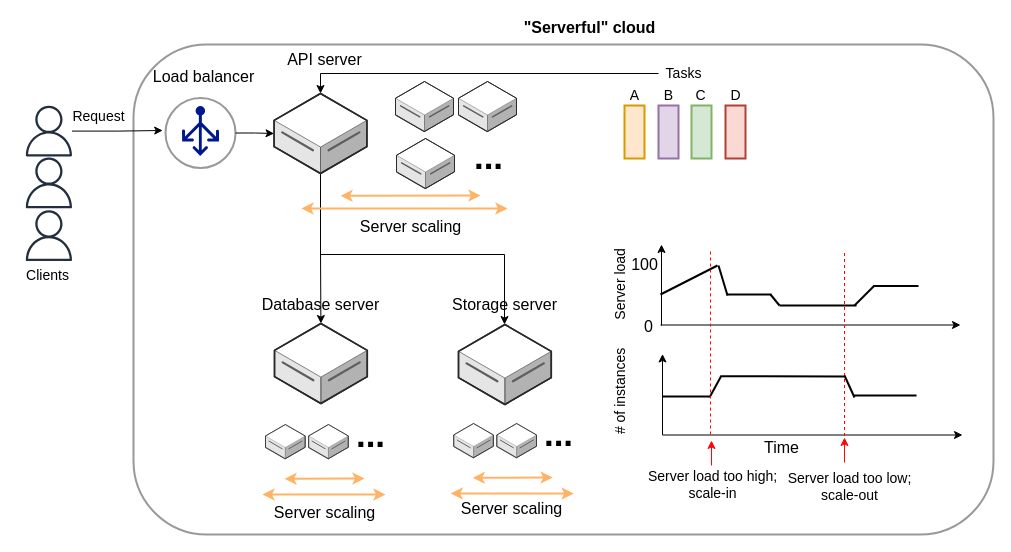
The draw.io diagram book/imgs/serverful.drawio in tomomano/learn-aws-by-coding, before the edit. Source tidied: cells renumbered, new cells numbered last; positions are measured from the earlier drawing's top-left corner, leaving out a move shared by most shapes. Both pictures are drawn from the tidied source at 100%, with x=0, y=0 at pixel (17, 17).
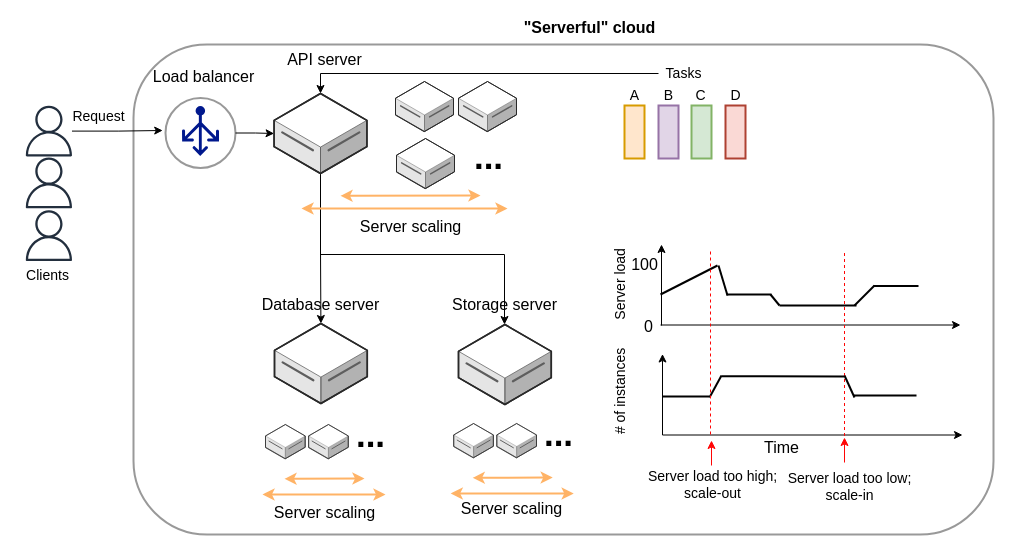
The same page after the edit.

The edit, as a diff of the source:
```diff
@@
-    <mxCell id="51" value="Server load too high;&lt;br style=&quot;font-size: 14px;&quot;&gt;scale-in" style="text;html=1;align=center;verticalAlign=middle;fontSize=14;" parent="1" vertex="1">
+    <mxCell id="51" value="Server load too high;&lt;br style=&quot;font-size: 14px&quot;&gt;scale-out" style="text;html=1;align=center;verticalAlign=middle;fontSize=14;" parent="1" vertex="1">
       <mxGeometry x="625" y="447" width="140" height="40" as="geometry" />
     </mxCell>
@@
-    <mxCell id="58" value="Server load too low;&lt;br&gt;scale-out" style="text;html=1;align=center;verticalAlign=middle;fontSize=14;" parent="1" vertex="1">
+    <mxCell id="58" value="Server load too low;&lt;br&gt;scale-in" style="text;html=1;align=center;verticalAlign=middle;fontSize=14;" parent="1" vertex="1">
       <mxGeometry x="762" y="449" width="140" height="40" as="geometry" />
     </mxCell>
```
